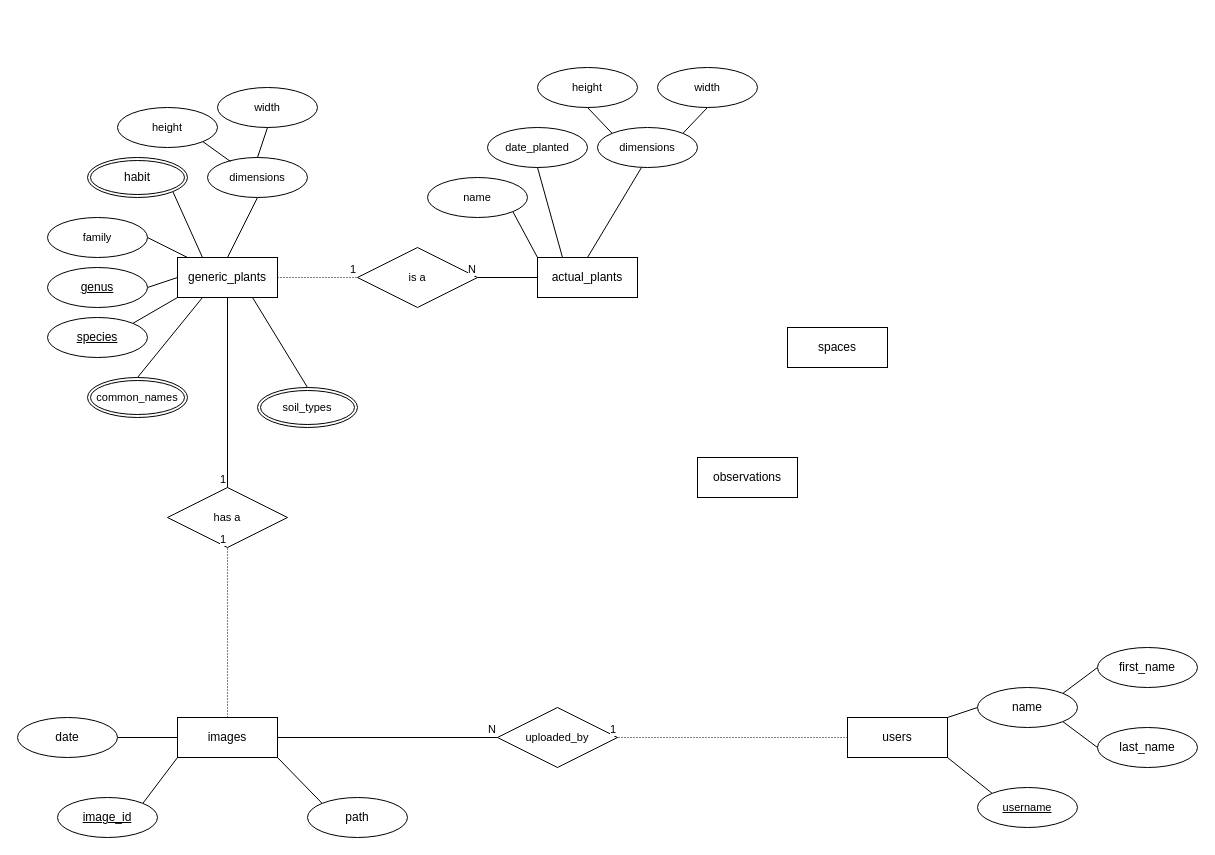
Earlier version of the draw.io diagram docs/eucalypto-erd.drawio (Grimcheese/Eucalypto). Source tidied: cells renumbered, new cells numbered last; positions are measured from the earlier drawing's top-left corner, leaving out a move shared by most shapes. Both pictures are drawn from the tidied source at 100%, with x=0, y=0 at pixel (17, 67).
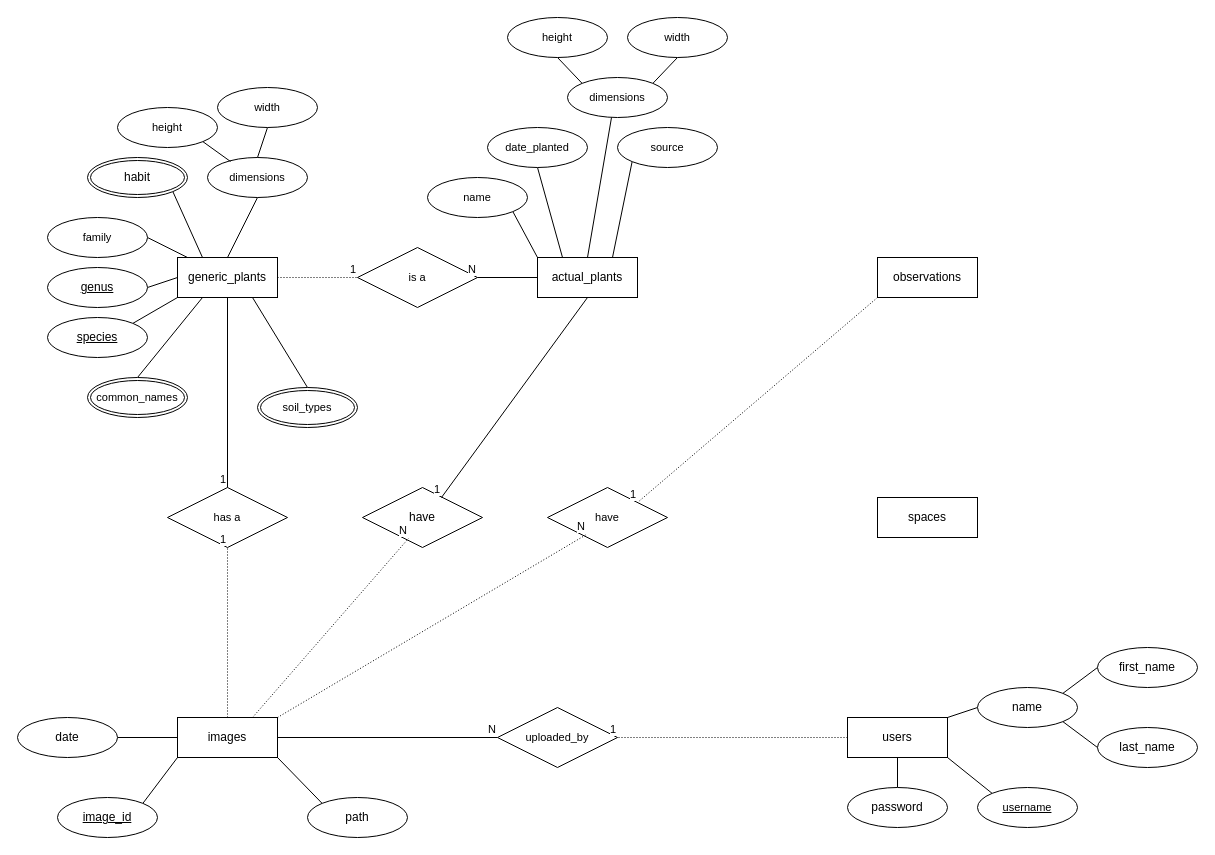
Above is the later version.

Unchanged cells that the change refers to:
```xml
<mxCell id="3" value="actual_plants" style="whiteSpace=wrap;html=1;align=center;fontSize=12;" parent="1" vertex="1">
  <mxGeometry x="520" y="190" width="100" height="40" as="geometry" />
</mxCell>
<mxCell id="10" value="images" style="whiteSpace=wrap;html=1;align=center;fontFamily=Helvetica;fontSize=12;fontColor=default;labelBackgroundColor=default;" parent="1" vertex="1">
  <mxGeometry x="160" y="650" width="100" height="40" as="geometry" />
</mxCell>
<mxCell id="17" value="users" style="whiteSpace=wrap;html=1;align=center;fontFamily=Helvetica;fontSize=12;fontColor=default;labelBackgroundColor=default;" parent="1" vertex="1">
  <mxGeometry x="830" y="650" width="100" height="40" as="geometry" />
</mxCell>
```

Change to the diagram source:
```diff
@@
+    <mxCell id="65" style="edgeStyle=none;shape=connector;rounded=0;jettySize=auto;html=1;exitX=0.75;exitY=0;exitDx=0;exitDy=0;entryX=0;entryY=1;entryDx=0;entryDy=0;strokeColor=default;align=center;verticalAlign=middle;fontFamily=Helvetica;fontSize=11;fontColor=default;labelBackgroundColor=default;endArrow=none;endFill=0;" parent="1" edge="1" source="3" target="69">
+      <mxGeometry relative="1" as="geometry" />
+    </mxCell>
@@
     <mxCell id="18" value="observations" style="whiteSpace=wrap;html=1;align=center;fontFamily=Helvetica;fontSize=12;fontColor=default;labelBackgroundColor=default;" parent="1" vertex="1">
-      <mxGeometry x="680" y="390" width="100" height="40" as="geometry" />
+      <mxGeometry x="860" y="190" width="100" height="40" as="geometry" />
     </mxCell>
     <mxCell id="19" value="&lt;div style=&quot;font-size: 12px;&quot;&gt;spaces&lt;/div&gt;" style="whiteSpace=wrap;html=1;align=center;fontFamily=Helvetica;fontSize=12;fontColor=default;labelBackgroundColor=default;" parent="1" vertex="1">
-      <mxGeometry x="770" y="260" width="100" height="40" as="geometry" />
+      <mxGeometry x="860" y="430" width="100" height="40" as="geometry" />
     </mxCell>
@@
     <mxCell id="51" value="dimensions" style="ellipse;whiteSpace=wrap;html=1;align=center;fontFamily=Helvetica;fontSize=11;fontColor=default;labelBackgroundColor=default;" parent="1" vertex="1">
-      <mxGeometry x="580" y="60" width="100" height="40" as="geometry" />
+      <mxGeometry x="550" y="10" width="100" height="40" as="geometry" />
     </mxCell>
     <mxCell id="52" value="height" style="ellipse;whiteSpace=wrap;html=1;align=center;fontFamily=Helvetica;fontSize=11;fontColor=default;labelBackgroundColor=default;" parent="1" vertex="1">
-      <mxGeometry x="520" width="100" height="40" as="geometry" />
+      <mxGeometry x="490" y="-50" width="100" height="40" as="geometry" />
     </mxCell>
     <mxCell id="53" value="width" style="ellipse;whiteSpace=wrap;html=1;align=center;fontFamily=Helvetica;fontSize=11;fontColor=default;labelBackgroundColor=default;" parent="1" vertex="1">
-      <mxGeometry x="640" width="100" height="40" as="geometry" />
+      <mxGeometry x="610" y="-50" width="100" height="40" as="geometry" />
     </mxCell>
@@
+    <mxCell id="66" style="rounded=0;jettySize=auto;html=1;exitX=0.5;exitY=0;exitDx=0;exitDy=0;entryX=0.5;entryY=1;entryDx=0;entryDy=0;endArrow=none;endFill=0;" parent="1" edge="1" source="67" target="17">
+      <mxGeometry relative="1" as="geometry" />
+    </mxCell>
+    <mxCell id="67" value="password" style="ellipse;whiteSpace=wrap;html=1;align=center;" parent="1" vertex="1">
+      <mxGeometry x="830" y="720" width="100" height="40" as="geometry" />
+    </mxCell>
+    <mxCell id="68" value="have" style="shape=rhombus;perimeter=rhombusPerimeter;whiteSpace=wrap;html=1;align=center;" parent="1" vertex="1">
+      <mxGeometry x="345" y="420" width="120" height="60" as="geometry" />
+    </mxCell>
+    <mxCell id="69" value="source" style="ellipse;whiteSpace=wrap;html=1;align=center;fontFamily=Helvetica;fontSize=11;fontColor=default;labelBackgroundColor=default;" parent="1" vertex="1">
+      <mxGeometry x="600" y="60" width="100" height="40" as="geometry" />
+    </mxCell>
+    <mxCell id="70" value="have" style="shape=rhombus;perimeter=rhombusPerimeter;whiteSpace=wrap;html=1;align=center;fontFamily=Helvetica;fontSize=11;fontColor=default;labelBackgroundColor=default;" parent="1" vertex="1">
+      <mxGeometry x="530" y="420" width="120" height="60" as="geometry" />
+    </mxCell>
+    <mxCell id="71" style="endArrow=none;html=1;rounded=0;dashed=1;dashPattern=1 2;strokeColor=default;align=center;verticalAlign=middle;fontFamily=Helvetica;fontSize=11;fontColor=default;labelBackgroundColor=default;edgeStyle=none;entryX=0.383;entryY=0.85;entryDx=0;entryDy=0;exitX=0.75;exitY=0;exitDx=0;exitDy=0;entryPerimeter=0;" parent="1" edge="1" source="10" target="68">
+      <mxGeometry relative="1" as="geometry" />
+    </mxCell>
+    <mxCell id="72" value="N" style="html=1;whiteSpace=wrap;align=right;verticalAlign=bottom;fontFamily=Helvetica;fontSize=11;fontColor=default;labelBackgroundColor=default;" parent="71" vertex="1">
+      <mxGeometry x="1" relative="1" as="geometry" />
+    </mxCell>
+    <mxCell id="73" style="endArrow=none;html=1;rounded=0;strokeColor=default;align=center;verticalAlign=middle;fontFamily=Helvetica;fontSize=11;fontColor=default;labelBackgroundColor=default;edgeStyle=none;entryX=0.658;entryY=0.167;entryDx=0;entryDy=0;entryPerimeter=0;exitX=0.5;exitY=1;exitDx=0;exitDy=0;" parent="1" edge="1" source="3" target="68">
+      <mxGeometry relative="1" as="geometry" />
+    </mxCell>
+    <mxCell id="74" value="1" style="html=1;whiteSpace=wrap;align=right;verticalAlign=bottom;fontFamily=Helvetica;fontSize=11;fontColor=default;labelBackgroundColor=default;" parent="73" vertex="1">
+      <mxGeometry x="1" relative="1" as="geometry" />
+    </mxCell>
+    <mxCell id="75" style="endArrow=none;html=1;rounded=0;dashed=1;dashPattern=1 2;strokeColor=default;align=center;verticalAlign=middle;fontFamily=Helvetica;fontSize=11;fontColor=default;labelBackgroundColor=default;edgeStyle=none;entryX=0.325;entryY=0.783;entryDx=0;entryDy=0;exitX=1;exitY=0;exitDx=0;exitDy=0;entryPerimeter=0;" parent="1" edge="1" source="10" target="70">
+      <mxGeometry relative="1" as="geometry" />
+    </mxCell>
+    <mxCell id="76" value="N" style="html=1;whiteSpace=wrap;align=right;verticalAlign=bottom;fontFamily=Helvetica;fontSize=11;fontColor=default;labelBackgroundColor=default;" parent="75" vertex="1">
+      <mxGeometry x="1" relative="1" as="geometry" />
+    </mxCell>
+    <mxCell id="77" style="endArrow=none;html=1;rounded=0;dashed=1;dashPattern=1 2;strokeColor=default;align=center;verticalAlign=middle;fontFamily=Helvetica;fontSize=11;fontColor=default;labelBackgroundColor=default;edgeStyle=none;entryX=1;entryY=0;entryDx=0;entryDy=0;exitX=0;exitY=1;exitDx=0;exitDy=0;" parent="1" edge="1" source="18" target="70">
+      <mxGeometry relative="1" as="geometry" />
+    </mxCell>
+    <mxCell id="78" value="1" style="html=1;whiteSpace=wrap;align=right;verticalAlign=bottom;fontFamily=Helvetica;fontSize=11;fontColor=default;labelBackgroundColor=default;" parent="77" vertex="1">
+      <mxGeometry x="1" relative="1" as="geometry" />
+    </mxCell>
```
